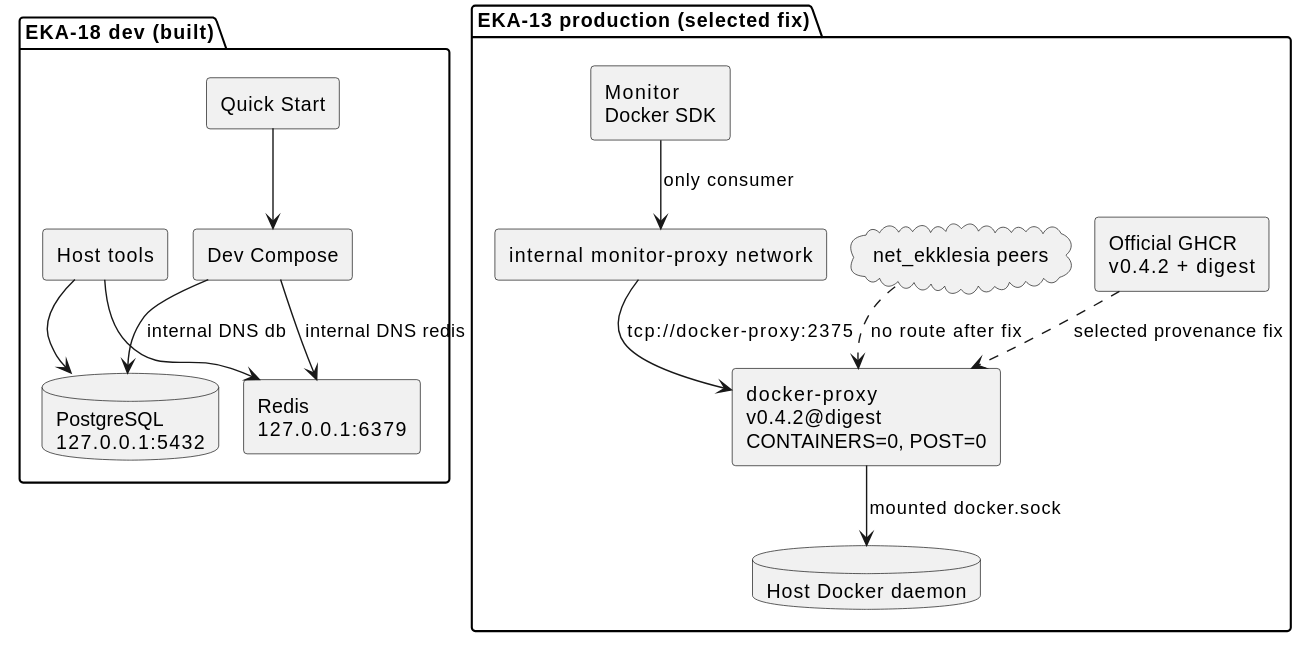
The PlantUML diagram docs/architecture/map_001.svg in NeaBouli/pnyx, before a commit.
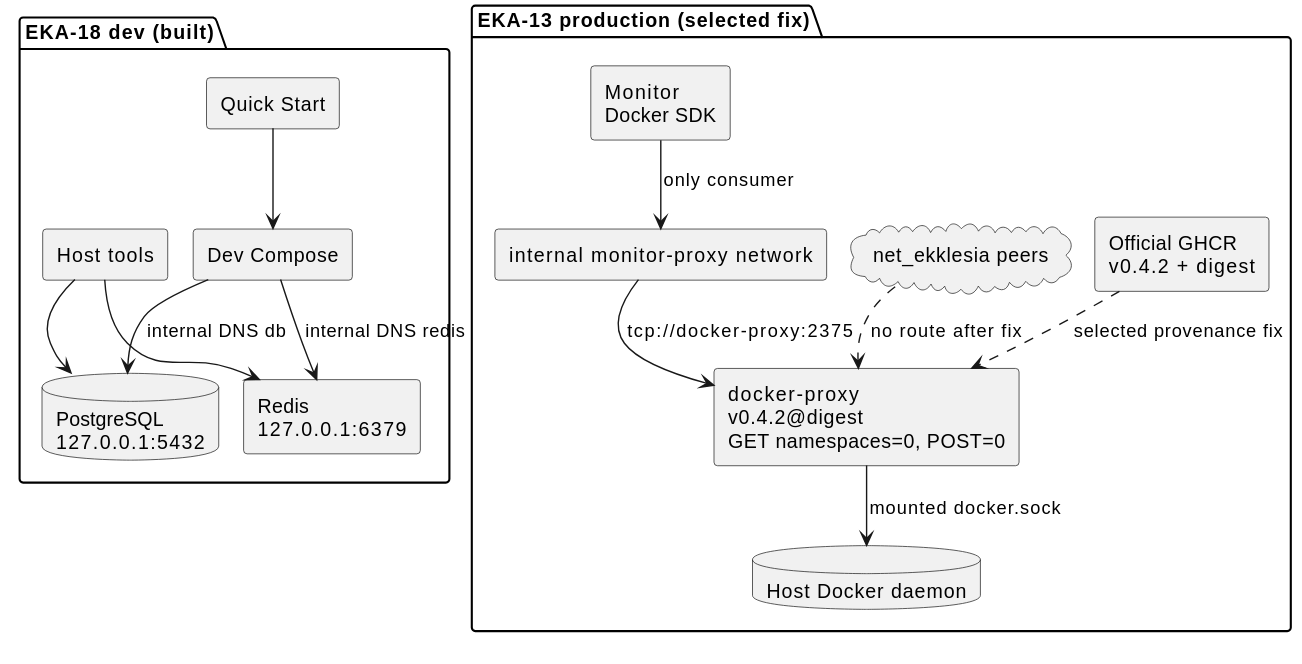
Later version of the same file.

Commit message:
fix(infra): disable proxy default GET surfaces

What changed in the source:
```diff
@@ -16,7 +16,7 @@
 
 package "EKA-13 production (selected fix)" {
   component "Monitor\nDocker SDK" as MON
-  component "docker-proxy\nv0.4.2@digest\nCONTAINERS=0, POST=0" as PROXY
+  component "docker-proxy\nv0.4.2@digest\nGET namespaces=0, POST=0" as PROXY
   component "Official GHCR\nv0.4.2 + digest" as GHCR
   database "Host Docker daemon" as DOCKER
   cloud "net_ekklesia peers" as PEERS
```
